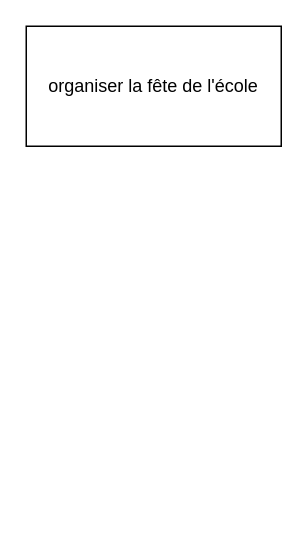
Earlier version of the draw.io diagram test.drawio (GillesSuivre/GestionProjet). Source tidied: cells renumbered, new cells numbered last; positions are measured from the earlier drawing's top-left corner, leaving out a move shared by most shapes. Both pictures are drawn from the tidied source at 150%, with x=0, y=0 at pixel (26, 26).
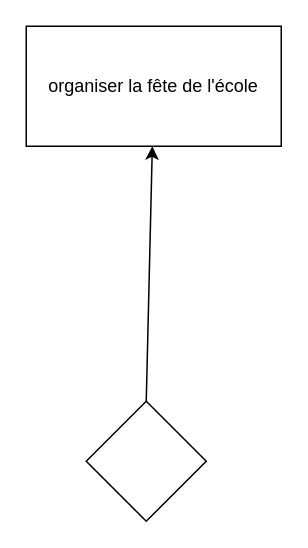
The same page after the edit.

Commit message:
Mettre à jour test.drawio

Diff of the diagram source:
```diff
@@
 <mxGraphModel>
   <root>
     <mxCell id="0" />
     <mxCell id="1" parent="0" />
     <mxCell id="2" value="organiser la fête de l'école" style="rounded=0;whiteSpace=wrap;html=1;" parent="1" vertex="1">
       <mxGeometry width="170" height="80" as="geometry" />
     </mxCell>
+    <mxCell id="3" style="rhombus;whiteSpace=wrap;html=1;" parent="1" vertex="1">
+      <mxGeometry x="40" y="250" width="80" height="80" as="geometry" />
+    </mxCell>
+    <mxCell id="4" style="endArrow=classic;html=1;rounded=0;exitX=0.5;exitY=0;exitDx=0;exitDy=0;" parent="1" edge="1" source="3" target="2">
+      <mxGeometry relative="1" as="geometry" />
+    </mxCell>
   </root>
 </mxGraphModel>
```
